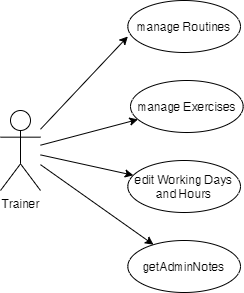
This is Diagrams/UseCases/Trainer.png from renttrent/Techengers, a draw.io export, as it was before one commit. Source tidied: cells renumbered, new cells last; positions are measured from the earlier drawing's top-left corner, leaving out a move shared by most shapes. Its diagram source:
```xml
<mxGraphModel>
  <root>
    <mxCell id="0" />
    <mxCell id="1" parent="0" />
    <mxCell id="2" style="edgeStyle=none;rounded=0;jettySize=auto;html=1;entryX=0;entryY=0.692;entryDx=0;entryDy=0;entryPerimeter=0;" parent="1" edge="1" source="6" target="7">
      <mxGeometry relative="1" as="geometry" />
    </mxCell>
    <mxCell id="3" style="edgeStyle=none;rounded=0;jettySize=auto;html=1;" parent="1" edge="1" source="6" target="10">
      <mxGeometry relative="1" as="geometry" />
    </mxCell>
    <mxCell id="4" style="edgeStyle=none;rounded=0;jettySize=auto;html=1;" parent="1" edge="1" source="6" target="8">
      <mxGeometry relative="1" as="geometry" />
    </mxCell>
    <mxCell id="5" style="edgeStyle=none;rounded=0;jettySize=auto;html=1;" parent="1" edge="1" source="6" target="9">
      <mxGeometry relative="1" as="geometry" />
    </mxCell>
    <mxCell id="6" value="Trainer" style="shape=umlActor;verticalLabelPosition=bottom;verticalAlign=top;html=1;outlineConnect=0;" parent="1" vertex="1">
      <mxGeometry y="110" width="40" height="80" as="geometry" />
    </mxCell>
    <mxCell id="7" value="manage Routines" style="ellipse;whiteSpace=wrap;html=1;" parent="1" vertex="1">
      <mxGeometry x="127.3" width="112.7" height="52" as="geometry" />
    </mxCell>
    <mxCell id="8" value="edit Working Days and Hours" style="ellipse;whiteSpace=wrap;html=1;" parent="1" vertex="1">
      <mxGeometry x="127.3" y="160" width="112.7" height="52" as="geometry" />
    </mxCell>
    <mxCell id="9" value="getAdminNotes" style="ellipse;whiteSpace=wrap;html=1;" parent="1" vertex="1">
      <mxGeometry x="127.3" y="240" width="112.7" height="52" as="geometry" />
    </mxCell>
    <mxCell id="10" value="manage Exercises" style="ellipse;whiteSpace=wrap;html=1;" parent="1" vertex="1">
      <mxGeometry x="130" y="80" width="112.7" height="52" as="geometry" />
    </mxCell>
  </root>
</mxGraphModel>
```
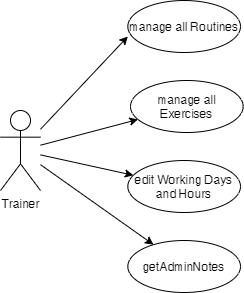
Later version of the same file.

What changed in the source:
```diff
@@ -17,7 +17,7 @@
     <mxCell id="6" value="Trainer" style="shape=umlActor;verticalLabelPosition=bottom;verticalAlign=top;html=1;outlineConnect=0;" parent="1" vertex="1">
       <mxGeometry y="110" width="40" height="80" as="geometry" />
     </mxCell>
-    <mxCell id="7" value="manage Routines" style="ellipse;whiteSpace=wrap;html=1;" parent="1" vertex="1">
+    <mxCell id="7" value="manage all Routines" style="ellipse;whiteSpace=wrap;html=1;" parent="1" vertex="1">
       <mxGeometry x="127.3" width="112.7" height="52" as="geometry" />
     </mxCell>
     <mxCell id="8" value="edit Working Days and Hours" style="ellipse;whiteSpace=wrap;html=1;" parent="1" vertex="1">
@@ -26,7 +26,7 @@
     <mxCell id="9" value="getAdminNotes" style="ellipse;whiteSpace=wrap;html=1;" parent="1" vertex="1">
       <mxGeometry x="127.3" y="240" width="112.7" height="52" as="geometry" />
     </mxCell>
-    <mxCell id="10" value="manage Exercises" style="ellipse;whiteSpace=wrap;html=1;" parent="1" vertex="1">
+    <mxCell id="10" value="manage all Exercises" style="ellipse;whiteSpace=wrap;html=1;" parent="1" vertex="1">
       <mxGeometry x="130" y="80" width="112.7" height="52" as="geometry" />
     </mxCell>
   </root>
```
